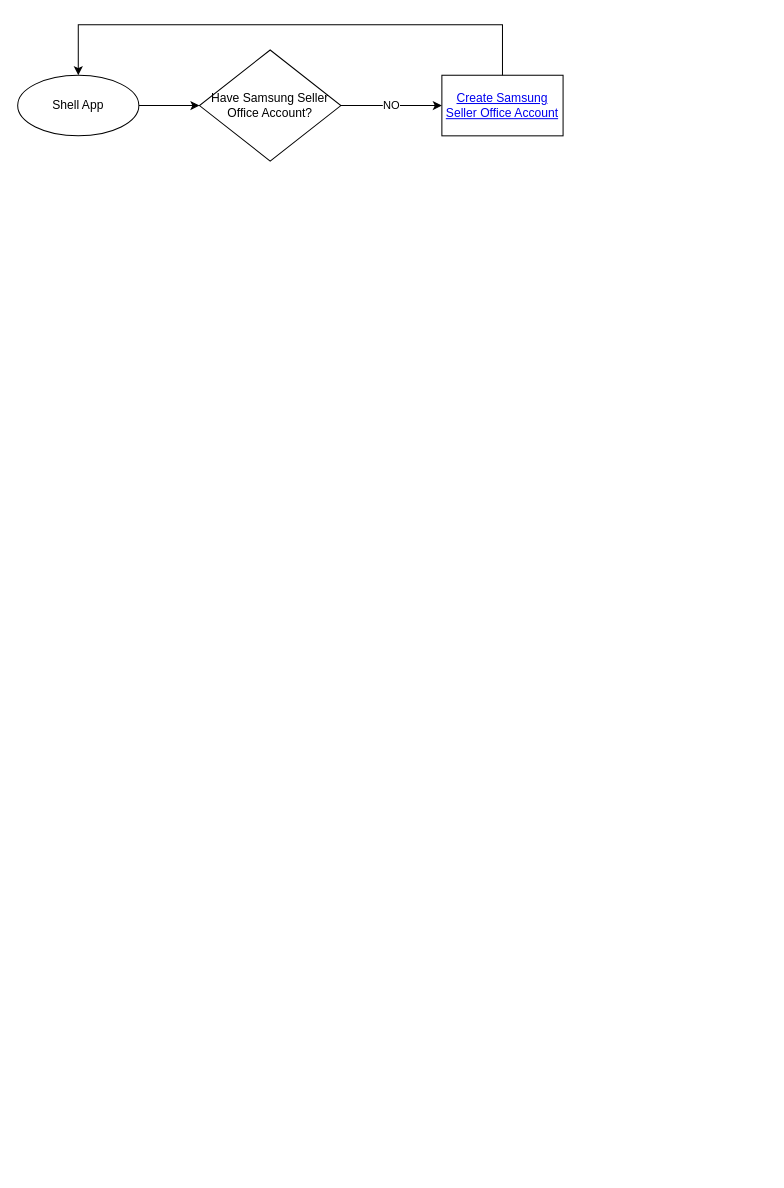
The draw.io diagram shell-app-publishing.drawio in ashokkumarsh/diagrams, before the edit. Source tidied: cells renumbered, new cells numbered last; positions are measured from the earlier drawing's top-left corner, leaving out a move shared by most shapes. Both pictures are drawn from the tidied source at 101%, with x=0, y=0 at pixel (17, 24).
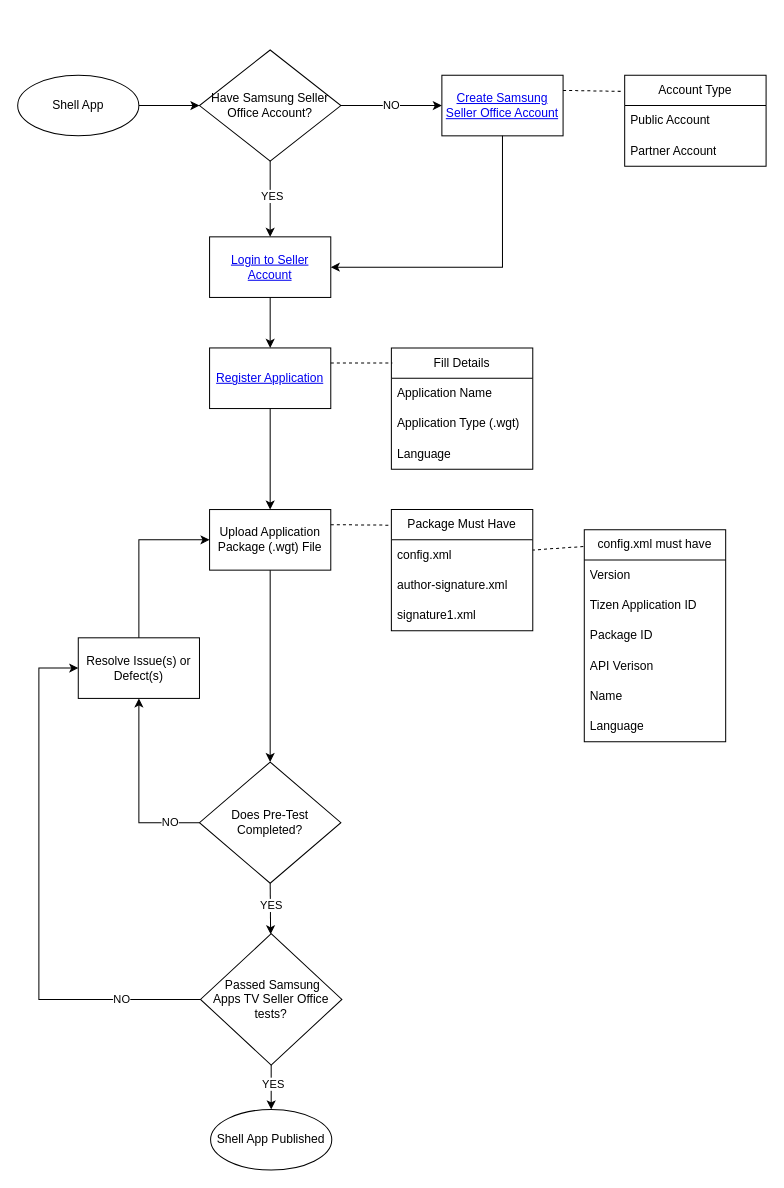
Above is the later version.

Unchanged cells that the change refers to:
```xml
<mxCell id="3" value="Shell App" style="ellipse;whiteSpace=wrap;html=1;" parent="1" vertex="1">
  <mxGeometry y="50" width="120" height="60" as="geometry" />
</mxCell>
<mxCell id="5" value="Have Samsung Seller Office Account?" style="rhombus;whiteSpace=wrap;html=1;" parent="1" vertex="1">
  <mxGeometry x="180" y="25" width="140" height="110" as="geometry" />
</mxCell>
<mxCell id="6" value="&lt;a href=&quot;https://developer.samsung.com/signage/distribute/seller-office/membership/becoming-seller-office-member.html&quot;&gt;Create Samsung Seller Office Account&lt;/a&gt;" style="rounded=0;whiteSpace=wrap;html=1;" parent="1" vertex="1">
  <mxGeometry x="420" y="50" width="120" height="60" as="geometry" />
</mxCell>
```

What changed in the source:
```diff
@@
-    <mxCell id="7" style="endArrow=classic;html=1;rounded=0;exitX=0.5;exitY=0;exitDx=0;exitDy=0;entryX=0.5;entryY=0;entryDx=0;entryDy=0;" parent="1" edge="1" source="6" target="3">
+    <mxCell id="7" style="endArrow=classic;html=1;rounded=0;exitX=0.5;exitY=1;exitDx=0;exitDy=0;entryX=1;entryY=0.5;entryDx=0;entryDy=0;" parent="1" edge="1" source="6" target="8">
       <mxGeometry relative="1" as="geometry">
         <Array as="points">
-          <mxPoint x="480" />
-          <mxPoint x="330" />
-          <mxPoint x="60" />
+          <mxPoint x="480" y="240" />
         </Array>
       </mxGeometry>
     </mxCell>
+    <mxCell id="8" value="&lt;a href=&quot;https://seller.samsungapps.com/tv/login&quot;&gt;Login to Seller Account&lt;/a&gt;" style="rounded=0;whiteSpace=wrap;html=1;" parent="1" vertex="1">
+      <mxGeometry x="190" y="210" width="120" height="60" as="geometry" />
+    </mxCell>
+    <mxCell id="9" style="endArrow=classic;html=1;rounded=0;exitX=0.5;exitY=1;exitDx=0;exitDy=0;entryX=0.5;entryY=0;entryDx=0;entryDy=0;" parent="1" edge="1" source="5" target="8">
+      <mxGeometry relative="1" as="geometry" />
+    </mxCell>
+    <mxCell id="10" value="YES" style="edgeLabel;html=1;align=center;verticalAlign=middle;" parent="9" vertex="1">
+      <mxGeometry x="-0.11" y="1" relative="1" as="geometry">
+        <mxPoint y="1" as="offset" />
+      </mxGeometry>
+    </mxCell>
+    <mxCell id="11" value="&lt;a href=&quot;https://developer.samsung.com/signage/distribute/application-publication/application-publication-process.html#publishing-updated-applications&quot;&gt;Register Application&lt;/a&gt;" style="rounded=0;whiteSpace=wrap;html=1;" parent="1" vertex="1">
+      <mxGeometry x="190" y="320" width="120" height="60" as="geometry" />
+    </mxCell>
+    <mxCell id="12" style="endArrow=classic;html=1;rounded=0;exitX=0.5;exitY=1;exitDx=0;exitDy=0;entryX=0.5;entryY=0;entryDx=0;entryDy=0;" parent="1" edge="1" source="8" target="11">
+      <mxGeometry relative="1" as="geometry" />
+    </mxCell>
+    <mxCell id="13" value="Fill Details" style="swimlane;fontStyle=0;horizontal=1;startSize=30;whiteSpace=wrap;html=1;" parent="1" vertex="1">
+      <mxGeometry x="370" y="320" width="140" height="120" as="geometry" />
+    </mxCell>
+    <mxCell id="14" value="Application Name" style="text;strokeColor=none;fillColor=none;align=left;verticalAlign=middle;spacingLeft=4;spacingRight=4;overflow=hidden;whiteSpace=wrap;html=1;" parent="13" vertex="1">
+      <mxGeometry y="30" width="140" height="30" as="geometry" />
+    </mxCell>
+    <mxCell id="15" value="Application Type (.wgt)" style="text;strokeColor=none;fillColor=none;align=left;verticalAlign=middle;spacingLeft=4;spacingRight=4;overflow=hidden;whiteSpace=wrap;html=1;" parent="13" vertex="1">
+      <mxGeometry y="60" width="140" height="30" as="geometry" />
+    </mxCell>
+    <mxCell id="16" value="Language" style="text;strokeColor=none;fillColor=none;align=left;verticalAlign=middle;spacingLeft=4;spacingRight=4;overflow=hidden;whiteSpace=wrap;html=1;" parent="13" vertex="1">
+      <mxGeometry y="90" width="140" height="30" as="geometry" />
+    </mxCell>
+    <mxCell id="17" style="endArrow=none;dashed=1;html=1;rounded=0;exitX=1;exitY=0.25;exitDx=0;exitDy=0;entryX=0.007;entryY=0.125;entryDx=0;entryDy=0;entryPerimeter=0;" parent="1" edge="1" source="11" target="13">
+      <mxGeometry relative="1" as="geometry" />
+    </mxCell>
+    <mxCell id="18" value="Upload Application Package (.wgt) File" style="rounded=0;whiteSpace=wrap;html=1;" parent="1" vertex="1">
+      <mxGeometry x="190" y="480" width="120" height="60" as="geometry" />
+    </mxCell>
+    <mxCell id="19" style="endArrow=classic;html=1;rounded=0;exitX=0.5;exitY=1;exitDx=0;exitDy=0;" parent="1" edge="1" source="11" target="18">
+      <mxGeometry relative="1" as="geometry" />
+    </mxCell>
+    <mxCell id="20" value="Package Must Have" style="swimlane;fontStyle=0;horizontal=1;startSize=30;whiteSpace=wrap;html=1;" parent="1" vertex="1">
+      <mxGeometry x="370" y="480" width="140" height="120" as="geometry" />
+    </mxCell>
+    <mxCell id="21" value="config.xml" style="text;strokeColor=none;fillColor=none;align=left;verticalAlign=middle;spacingLeft=4;spacingRight=4;overflow=hidden;points=[[0,0.5],[1,0.5]];portConstraint=eastwest;whiteSpace=wrap;html=1;" parent="20" vertex="1">
+      <mxGeometry y="30" width="140" height="30" as="geometry" />
+    </mxCell>
+    <mxCell id="22" value="author-signature.xml" style="text;strokeColor=none;fillColor=none;align=left;verticalAlign=middle;spacingLeft=4;spacingRight=4;overflow=hidden;whiteSpace=wrap;html=1;" parent="20" vertex="1">
+      <mxGeometry y="60" width="140" height="30" as="geometry" />
+    </mxCell>
+    <mxCell id="23" value="signature1.xml" style="text;strokeColor=none;fillColor=none;align=left;verticalAlign=middle;spacingLeft=4;spacingRight=4;overflow=hidden;whiteSpace=wrap;html=1;" parent="20" vertex="1">
+      <mxGeometry y="90" width="140" height="30" as="geometry" />
+    </mxCell>
+    <mxCell id="24" style="endArrow=none;dashed=1;html=1;rounded=0;exitX=1;exitY=0.25;exitDx=0;exitDy=0;entryX=0;entryY=0.129;entryDx=0;entryDy=0;entryPerimeter=0;" parent="1" edge="1" source="18" target="20">
+      <mxGeometry relative="1" as="geometry" />
+    </mxCell>
+    <mxCell id="25" value="config.xml must have" style="swimlane;fontStyle=0;horizontal=1;startSize=30;whiteSpace=wrap;html=1;" parent="1" vertex="1">
+      <mxGeometry x="561" y="500" width="140" height="210" as="geometry" />
+    </mxCell>
+    <mxCell id="26" value="Version" style="text;strokeColor=none;fillColor=none;align=left;verticalAlign=middle;spacingLeft=4;spacingRight=4;overflow=hidden;whiteSpace=wrap;html=1;" parent="25" vertex="1">
+      <mxGeometry y="30" width="140" height="30" as="geometry" />
+    </mxCell>
+    <mxCell id="27" value="Tizen Application ID" style="text;strokeColor=none;fillColor=none;align=left;verticalAlign=middle;spacingLeft=4;spacingRight=4;overflow=hidden;whiteSpace=wrap;html=1;" parent="25" vertex="1">
+      <mxGeometry y="60" width="140" height="30" as="geometry" />
+    </mxCell>
+    <mxCell id="28" value="Package ID" style="text;strokeColor=none;fillColor=none;align=left;verticalAlign=middle;spacingLeft=4;spacingRight=4;overflow=hidden;whiteSpace=wrap;html=1;" parent="25" vertex="1">
+      <mxGeometry y="90" width="140" height="30" as="geometry" />
+    </mxCell>
+    <mxCell id="29" value="API Verison" style="text;strokeColor=none;fillColor=none;align=left;verticalAlign=middle;spacingLeft=4;spacingRight=4;overflow=hidden;whiteSpace=wrap;html=1;" parent="25" vertex="1">
+      <mxGeometry y="120" width="140" height="30" as="geometry" />
+    </mxCell>
+    <mxCell id="30" value="Name" style="text;strokeColor=none;fillColor=none;align=left;verticalAlign=middle;spacingLeft=4;spacingRight=4;overflow=hidden;whiteSpace=wrap;html=1;" parent="25" vertex="1">
+      <mxGeometry y="150" width="140" height="30" as="geometry" />
+    </mxCell>
+    <mxCell id="31" value="Language" style="text;strokeColor=none;fillColor=none;align=left;verticalAlign=middle;spacingLeft=4;spacingRight=4;overflow=hidden;whiteSpace=wrap;html=1;" parent="25" vertex="1">
+      <mxGeometry y="180" width="140" height="30" as="geometry" />
+    </mxCell>
+    <mxCell id="32" style="endArrow=none;dashed=1;html=1;rounded=0;exitX=-0.007;exitY=0.079;exitDx=0;exitDy=0;exitPerimeter=0;" parent="1" edge="1" source="25" target="21">
+      <mxGeometry relative="1" as="geometry" />
+    </mxCell>
+    <mxCell id="33" value="Does Pre-Test Completed?" style="rhombus;whiteSpace=wrap;html=1;" parent="1" vertex="1">
+      <mxGeometry x="180" y="730" width="140" height="120" as="geometry" />
+    </mxCell>
+    <mxCell id="34" style="endArrow=classic;html=1;rounded=0;exitX=0.5;exitY=1;exitDx=0;exitDy=0;" parent="1" edge="1" source="18" target="33">
+      <mxGeometry relative="1" as="geometry" />
+    </mxCell>
+    <mxCell id="35" value="Resolve Issue(s) or Defect(s)" style="rounded=0;whiteSpace=wrap;html=1;" parent="1" vertex="1">
+      <mxGeometry x="60" y="607" width="120" height="60" as="geometry" />
+    </mxCell>
+    <mxCell id="36" style="endArrow=classic;html=1;rounded=0;exitX=0;exitY=0.5;exitDx=0;exitDy=0;entryX=0.5;entryY=1;entryDx=0;entryDy=0;" parent="1" edge="1" source="33" target="35">
+      <mxGeometry relative="1" as="geometry">
+        <Array as="points">
+          <mxPoint x="120" y="790" />
+        </Array>
+      </mxGeometry>
+    </mxCell>
+    <mxCell id="37" value="NO" style="edgeLabel;html=1;align=center;verticalAlign=middle;" parent="36" vertex="1">
+      <mxGeometry x="-0.67" y="-1" relative="1" as="geometry" />
+    </mxCell>
+    <mxCell id="38" style="endArrow=classic;html=1;rounded=0;entryX=0;entryY=0.5;entryDx=0;entryDy=0;exitX=0.5;exitY=0;exitDx=0;exitDy=0;" parent="1" edge="1" source="35" target="18">
+      <mxGeometry relative="1" as="geometry">
+        <Array as="points">
+          <mxPoint x="120" y="510" />
+        </Array>
+      </mxGeometry>
+    </mxCell>
+    <mxCell id="39" value="&amp;nbsp;Passed Samsung&lt;br&gt;Apps TV Seller Office tests?" style="rhombus;whiteSpace=wrap;html=1;" parent="1" vertex="1">
+      <mxGeometry x="181" y="900" width="140" height="130" as="geometry" />
+    </mxCell>
+    <mxCell id="40" style="endArrow=classic;html=1;rounded=0;exitX=0.5;exitY=1;exitDx=0;exitDy=0;" parent="1" edge="1" source="33" target="39">
+      <mxGeometry relative="1" as="geometry" />
+    </mxCell>
+    <mxCell id="41" value="YES" style="edgeLabel;html=1;align=center;verticalAlign=middle;" parent="40" vertex="1">
+      <mxGeometry x="-0.13" relative="1" as="geometry" />
+    </mxCell>
+    <mxCell id="42" style="endArrow=classic;html=1;rounded=0;exitX=0;exitY=0.5;exitDx=0;exitDy=0;entryX=0;entryY=0.5;entryDx=0;entryDy=0;" parent="1" edge="1" source="39" target="35">
+      <mxGeometry relative="1" as="geometry">
+        <Array as="points">
+          <mxPoint x="21" y="965" />
+          <mxPoint x="21" y="637" />
+        </Array>
+      </mxGeometry>
+    </mxCell>
+    <mxCell id="43" value="NO" style="edgeLabel;html=1;align=center;verticalAlign=middle;" parent="42" vertex="1">
+      <mxGeometry x="-0.7" y="-1" relative="1" as="geometry" />
+    </mxCell>
+    <mxCell id="44" value="Shell App Published" style="ellipse;whiteSpace=wrap;html=1;" parent="1" vertex="1">
+      <mxGeometry x="191" y="1074" width="120" height="60" as="geometry" />
+    </mxCell>
+    <mxCell id="45" style="endArrow=classic;html=1;rounded=0;exitX=0.5;exitY=1;exitDx=0;exitDy=0;entryX=0.5;entryY=0;entryDx=0;entryDy=0;" parent="1" edge="1" source="39" target="44">
+      <mxGeometry relative="1" as="geometry" />
+    </mxCell>
+    <mxCell id="46" value="YES" style="edgeLabel;html=1;align=center;verticalAlign=middle;" parent="45" vertex="1">
+      <mxGeometry x="-0.18" y="1" relative="1" as="geometry" />
+    </mxCell>
+    <mxCell id="47" value="Account Type" style="swimlane;fontStyle=0;horizontal=1;startSize=30;whiteSpace=wrap;html=1;" parent="1" vertex="1">
+      <mxGeometry x="601" y="50" width="140" height="90" as="geometry" />
+    </mxCell>
+    <mxCell id="48" value="Public Account" style="text;strokeColor=none;fillColor=none;align=left;verticalAlign=middle;spacingLeft=4;spacingRight=4;overflow=hidden;whiteSpace=wrap;html=1;" parent="47" vertex="1">
+      <mxGeometry y="30" width="140" height="30" as="geometry" />
+    </mxCell>
+    <mxCell id="49" value="Partner Account" style="text;strokeColor=none;fillColor=none;align=left;verticalAlign=middle;spacingLeft=4;spacingRight=4;overflow=hidden;whiteSpace=wrap;html=1;" parent="47" vertex="1">
+      <mxGeometry y="60" width="140" height="30" as="geometry" />
+    </mxCell>
+    <mxCell id="50" style="endArrow=none;dashed=1;html=1;rounded=0;entryX=-0.007;entryY=0.178;entryDx=0;entryDy=0;entryPerimeter=0;exitX=1;exitY=0.25;exitDx=0;exitDy=0;" parent="1" edge="1" source="6" target="47">
+      <mxGeometry relative="1" as="geometry" />
+    </mxCell>
```
